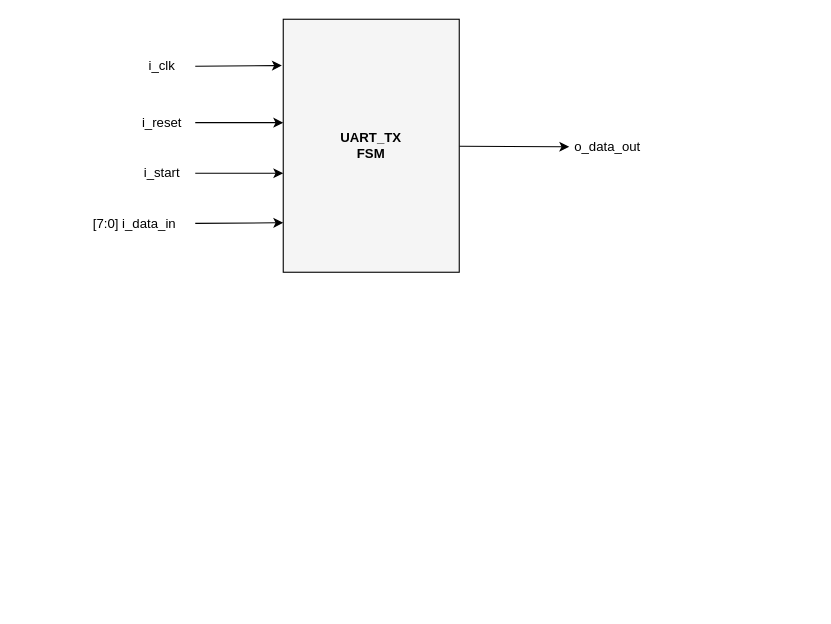
This is UART_TX.drawio from whoni159789/Simple-UART_TX, a draw.io file, before an edit. Source tidied: cells renumbered, new cells numbered last; positions are measured from the earlier drawing's top-left corner, leaving out a move shared by most shapes. Both pictures are drawn from the tidied source at 110%, with x=0, y=0 at pixel (74, 19).
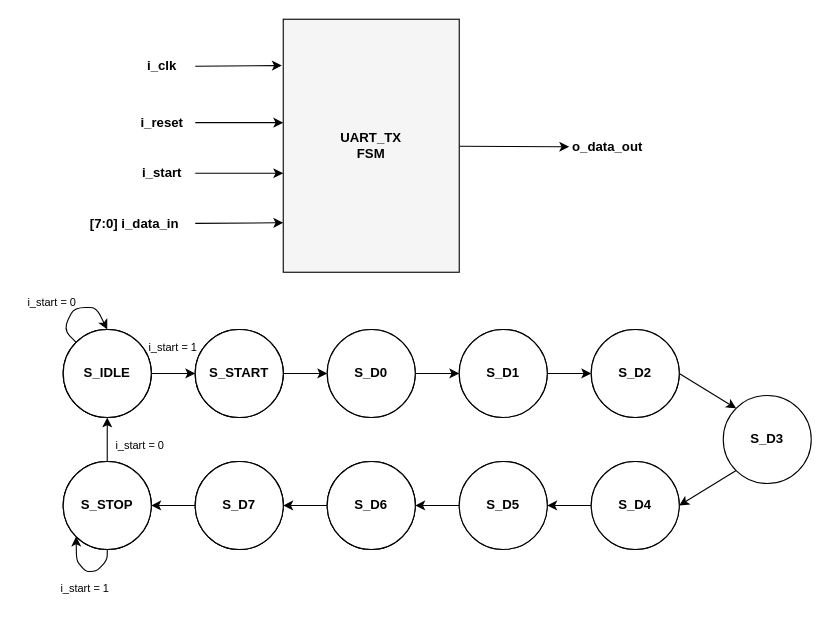
The same page after the edit.

Change to the diagram source:
```diff
@@
-    <mxCell id="2" style="edgeStyle=none;html=1;entryX=0;entryY=0.5;entryDx=0;entryDy=0;fontFamily=Helvetica;fontSize=12;fontColor=#000000;strokeColor=#000000;" parent="1" edge="1" source="3" target="12">
+    <mxCell id="2" style="edgeStyle=none;html=1;entryX=0;entryY=0.5;entryDx=0;entryDy=0;fontFamily=Helvetica;fontSize=12;fontColor=#000000;strokeColor=#000000;fontStyle=1;" parent="1" edge="1" source="3" target="12">
       <mxGeometry relative="1" as="geometry" />
     </mxCell>
-    <mxCell id="3" value="&lt;b&gt;UART_TX&lt;br&gt;FSM&lt;/b&gt;" style="rounded=0;whiteSpace=wrap;html=1;fillColor=#f5f5f5;fontColor=#000000;strokeColor=#000000;" parent="1" vertex="1">
+    <mxCell id="3" value="&lt;span&gt;UART_TX&lt;br&gt;FSM&lt;/span&gt;" style="rounded=0;whiteSpace=wrap;html=1;fillColor=#f5f5f5;fontColor=#000000;strokeColor=#000000;fontStyle=1;" parent="1" vertex="1">
       <mxGeometry x="190" width="160" height="230" as="geometry" />
     </mxCell>
-    <mxCell id="4" style="edgeStyle=none;html=1;entryX=-0.008;entryY=0.183;entryDx=0;entryDy=0;entryPerimeter=0;fontFamily=Helvetica;fontSize=12;fontColor=#000000;strokeColor=#000000;" parent="1" edge="1" source="5" target="3">
+    <mxCell id="4" style="edgeStyle=none;html=1;entryX=-0.008;entryY=0.183;entryDx=0;entryDy=0;entryPerimeter=0;fontFamily=Helvetica;fontSize=12;fontColor=#000000;strokeColor=#000000;fontStyle=1;" parent="1" edge="1" source="5" target="3">
       <mxGeometry relative="1" as="geometry" />
     </mxCell>
-    <mxCell id="5" value="i_clk" style="text;html=1;strokeColor=none;fillColor=none;align=center;verticalAlign=middle;whiteSpace=wrap;rounded=0;fontFamily=Helvetica;fontSize=12;fontColor=#000000;" parent="1" vertex="1">
+    <mxCell id="5" value="i_clk" style="text;html=1;strokeColor=none;fillColor=none;align=center;verticalAlign=middle;whiteSpace=wrap;rounded=0;fontFamily=Helvetica;fontSize=12;fontColor=#000000;fontStyle=1;" parent="1" vertex="1">
       <mxGeometry x="50" y="28" width="60" height="30" as="geometry" />
     </mxCell>
-    <mxCell id="6" style="edgeStyle=none;html=1;fontFamily=Helvetica;fontSize=12;fontColor=#000000;strokeColor=#000000;" parent="1" edge="1" source="7">
+    <mxCell id="6" style="edgeStyle=none;html=1;fontFamily=Helvetica;fontSize=12;fontColor=#000000;strokeColor=#000000;fontStyle=1;" parent="1" edge="1" source="7">
       <mxGeometry relative="1" as="geometry">
         <mxPoint x="190" y="94" as="targetPoint" />
       </mxGeometry>
     </mxCell>
-    <mxCell id="7" value="i_reset" style="text;html=1;strokeColor=none;fillColor=none;align=center;verticalAlign=middle;whiteSpace=wrap;rounded=0;fontFamily=Helvetica;fontSize=12;fontColor=#000000;" parent="1" vertex="1">
+    <mxCell id="7" value="i_reset" style="text;html=1;strokeColor=none;fillColor=none;align=center;verticalAlign=middle;whiteSpace=wrap;rounded=0;fontFamily=Helvetica;fontSize=12;fontColor=#000000;fontStyle=1;" parent="1" vertex="1">
       <mxGeometry x="50" y="79" width="60" height="30" as="geometry" />
     </mxCell>
-    <mxCell id="8" style="edgeStyle=none;html=1;fontFamily=Helvetica;fontSize=12;fontColor=#000000;strokeColor=#000000;" parent="1" edge="1" source="9">
+    <mxCell id="8" style="edgeStyle=none;html=1;fontFamily=Helvetica;fontSize=12;fontColor=#000000;strokeColor=#000000;fontStyle=1;" parent="1" edge="1" source="9">
       <mxGeometry relative="1" as="geometry">
         <mxPoint x="190" y="140" as="targetPoint" />
       </mxGeometry>
     </mxCell>
-    <mxCell id="9" value="i_start" style="text;html=1;strokeColor=none;fillColor=none;align=center;verticalAlign=middle;whiteSpace=wrap;rounded=0;fontFamily=Helvetica;fontSize=12;fontColor=#000000;" parent="1" vertex="1">
+    <mxCell id="9" value="i_start" style="text;html=1;strokeColor=none;fillColor=none;align=center;verticalAlign=middle;whiteSpace=wrap;rounded=0;fontFamily=Helvetica;fontSize=12;fontColor=#000000;fontStyle=1;" parent="1" vertex="1">
       <mxGeometry x="50" y="125" width="60" height="30" as="geometry" />
     </mxCell>
-    <mxCell id="10" style="edgeStyle=none;html=1;fontFamily=Helvetica;fontSize=12;fontColor=#000000;strokeColor=#000000;" parent="1" edge="1" source="11">
+    <mxCell id="10" style="edgeStyle=none;html=1;fontFamily=Helvetica;fontSize=12;fontColor=#000000;strokeColor=#000000;fontStyle=1;" parent="1" edge="1" source="11">
       <mxGeometry relative="1" as="geometry">
         <mxPoint x="190" y="185" as="targetPoint" />
       </mxGeometry>
     </mxCell>
-    <mxCell id="11" value="[7:0] i_data_in" style="text;html=1;strokeColor=none;fillColor=none;align=center;verticalAlign=middle;whiteSpace=wrap;rounded=0;fontFamily=Helvetica;fontSize=12;fontColor=#000000;" parent="1" vertex="1">
+    <mxCell id="11" value="[7:0] i_data_in" style="text;html=1;strokeColor=none;fillColor=none;align=center;verticalAlign=middle;whiteSpace=wrap;rounded=0;fontFamily=Helvetica;fontSize=12;fontColor=#000000;fontStyle=1;" parent="1" vertex="1">
       <mxGeometry y="171" width="110" height="30" as="geometry" />
     </mxCell>
-    <mxCell id="12" value="o_data_out" style="text;html=1;strokeColor=none;fillColor=none;align=center;verticalAlign=middle;whiteSpace=wrap;rounded=0;fontFamily=Helvetica;fontSize=12;fontColor=#000000;" parent="1" vertex="1">
+    <mxCell id="12" value="o_data_out" style="text;html=1;strokeColor=none;fillColor=none;align=center;verticalAlign=middle;whiteSpace=wrap;rounded=0;fontFamily=Helvetica;fontSize=12;fontColor=#000000;fontStyle=1;" parent="1" vertex="1">
       <mxGeometry x="450" y="101" width="70" height="30" as="geometry" />
     </mxCell>
+    <mxCell id="13" style="ellipse;whiteSpace=wrap;html=1;fillColor=#FFFFFF;strokeColor=#000000;fontStyle=1;" parent="1" vertex="1">
+      <mxGeometry x="-10" y="282" width="80" height="80" as="geometry" />
+    </mxCell>
+    <mxCell id="14" style="ellipse;whiteSpace=wrap;html=1;fillColor=#FFFFFF;strokeColor=#000000;fontStyle=1;" parent="1" vertex="1">
+      <mxGeometry x="110" y="282" width="80" height="80" as="geometry" />
+    </mxCell>
+    <mxCell id="15" style="ellipse;whiteSpace=wrap;html=1;fillColor=#FFFFFF;strokeColor=#000000;fontStyle=1;" parent="1" vertex="1">
+      <mxGeometry x="230" y="282" width="80" height="80" as="geometry" />
+    </mxCell>
+    <mxCell id="16" style="ellipse;whiteSpace=wrap;html=1;fillColor=#FFFFFF;strokeColor=#000000;fontStyle=1;" parent="1" vertex="1">
+      <mxGeometry x="350" y="282" width="80" height="80" as="geometry" />
+    </mxCell>
+    <mxCell id="17" style="ellipse;whiteSpace=wrap;html=1;fillColor=#FFFFFF;strokeColor=#000000;fontStyle=1;" parent="1" vertex="1">
+      <mxGeometry x="470" y="282" width="80" height="80" as="geometry" />
+    </mxCell>
+    <mxCell id="18" style="ellipse;whiteSpace=wrap;html=1;fillColor=#FFFFFF;strokeColor=#000000;fontStyle=1;" parent="1" vertex="1">
+      <mxGeometry x="470" y="402" width="80" height="80" as="geometry" />
+    </mxCell>
+    <mxCell id="19" style="ellipse;whiteSpace=wrap;html=1;fillColor=#FFFFFF;strokeColor=#000000;fontStyle=1;" parent="1" vertex="1">
+      <mxGeometry x="350" y="402" width="80" height="80" as="geometry" />
+    </mxCell>
+    <mxCell id="20" style="ellipse;whiteSpace=wrap;html=1;fillColor=#FFFFFF;strokeColor=#000000;fontStyle=1;" parent="1" vertex="1">
+      <mxGeometry x="230" y="402" width="80" height="80" as="geometry" />
+    </mxCell>
+    <mxCell id="21" style="ellipse;whiteSpace=wrap;html=1;fillColor=#FFFFFF;strokeColor=#000000;fontStyle=1;" parent="1" vertex="1">
+      <mxGeometry x="110" y="402" width="80" height="80" as="geometry" />
+    </mxCell>
+    <mxCell id="22" style="ellipse;whiteSpace=wrap;html=1;fillColor=#FFFFFF;strokeColor=#000000;fontStyle=1;" parent="1" vertex="1">
+      <mxGeometry x="-10" y="402" width="80" height="80" as="geometry" />
+    </mxCell>
+    <mxCell id="23" style="edgeStyle=none;html=1;exitX=0;exitY=1;exitDx=0;exitDy=0;entryX=1;entryY=0.5;entryDx=0;entryDy=0;fontColor=#000000;strokeColor=#000000;" parent="1" edge="1" source="24" target="49">
+      <mxGeometry relative="1" as="geometry" />
+    </mxCell>
+    <mxCell id="24" value="S_D3" style="ellipse;whiteSpace=wrap;html=1;fillColor=#FFFFFF;strokeColor=#000000;fontColor=#000000;fontStyle=1;" parent="1" vertex="1">
+      <mxGeometry x="590" y="342" width="80" height="80" as="geometry" />
+    </mxCell>
+    <mxCell id="25" style="ellipse;whiteSpace=wrap;html=1;fillColor=#FFFFFF;strokeColor=#000000;fontStyle=1;" parent="1" vertex="1">
+      <mxGeometry x="-10" y="282" width="80" height="80" as="geometry" />
+    </mxCell>
+    <mxCell id="26" style="ellipse;whiteSpace=wrap;html=1;fillColor=#FFFFFF;strokeColor=#000000;fontStyle=1;" parent="1" vertex="1">
+      <mxGeometry x="110" y="282" width="80" height="80" as="geometry" />
+    </mxCell>
+    <mxCell id="27" style="ellipse;whiteSpace=wrap;html=1;fillColor=#FFFFFF;strokeColor=#000000;fontStyle=1;" parent="1" vertex="1">
+      <mxGeometry x="110" y="402" width="80" height="80" as="geometry" />
+    </mxCell>
+    <mxCell id="28" style="ellipse;whiteSpace=wrap;html=1;fillColor=#FFFFFF;strokeColor=#000000;fontStyle=1;" parent="1" vertex="1">
+      <mxGeometry x="-10" y="402" width="80" height="80" as="geometry" />
+    </mxCell>
+    <mxCell id="29" style="ellipse;whiteSpace=wrap;html=1;fillColor=#FFFFFF;strokeColor=#000000;fontStyle=1;" parent="1" vertex="1">
+      <mxGeometry x="230" y="402" width="80" height="80" as="geometry" />
+    </mxCell>
+    <mxCell id="30" style="edgeStyle=none;html=1;entryX=0;entryY=0.5;entryDx=0;entryDy=0;fontColor=#000000;strokeColor=#000000;" parent="1" edge="1" source="31" target="33">
+      <mxGeometry relative="1" as="geometry" />
+    </mxCell>
+    <mxCell id="31" value="S_IDLE" style="ellipse;whiteSpace=wrap;html=1;fillColor=#FFFFFF;strokeColor=#000000;fontColor=#000000;fontStyle=1;" parent="1" vertex="1">
+      <mxGeometry x="-10" y="282" width="80" height="80" as="geometry" />
+    </mxCell>
+    <mxCell id="32" style="edgeStyle=none;html=1;entryX=0;entryY=0.5;entryDx=0;entryDy=0;fontColor=#000000;strokeColor=#000000;" parent="1" edge="1" source="33" target="43">
+      <mxGeometry relative="1" as="geometry" />
+    </mxCell>
+    <mxCell id="33" value="S_START" style="ellipse;whiteSpace=wrap;html=1;fillColor=#FFFFFF;strokeColor=#000000;fontColor=#000000;fontStyle=1;" parent="1" vertex="1">
+      <mxGeometry x="110" y="282" width="80" height="80" as="geometry" />
+    </mxCell>
+    <mxCell id="34" style="edgeStyle=none;html=1;entryX=1;entryY=0.5;entryDx=0;entryDy=0;fontColor=#000000;strokeColor=#000000;" parent="1" edge="1" source="35" target="37">
+      <mxGeometry relative="1" as="geometry" />
+    </mxCell>
+    <mxCell id="35" value="S_D7" style="ellipse;whiteSpace=wrap;html=1;fillColor=#FFFFFF;strokeColor=#000000;fontColor=#000000;fontStyle=1;" parent="1" vertex="1">
+      <mxGeometry x="110" y="402" width="80" height="80" as="geometry" />
+    </mxCell>
+    <mxCell id="36" style="edgeStyle=none;html=1;exitX=0.5;exitY=0;exitDx=0;exitDy=0;entryX=0.5;entryY=1;entryDx=0;entryDy=0;fontColor=#000000;strokeColor=#000000;" parent="1" edge="1" source="37" target="31">
+      <mxGeometry relative="1" as="geometry" />
+    </mxCell>
+    <mxCell id="37" value="S_STOP" style="ellipse;whiteSpace=wrap;html=1;fillColor=#FFFFFF;strokeColor=#000000;fontColor=#000000;fontStyle=1;" parent="1" vertex="1">
+      <mxGeometry x="-10" y="402" width="80" height="80" as="geometry" />
+    </mxCell>
+    <mxCell id="38" style="edgeStyle=none;html=1;entryX=1;entryY=0.5;entryDx=0;entryDy=0;fontColor=#000000;strokeColor=#000000;" parent="1" edge="1" source="39" target="35">
+      <mxGeometry relative="1" as="geometry" />
+    </mxCell>
+    <mxCell id="39" value="S_D6" style="ellipse;whiteSpace=wrap;html=1;fillColor=#FFFFFF;strokeColor=#000000;fontColor=#000000;fontStyle=1;" parent="1" vertex="1">
+      <mxGeometry x="230" y="402" width="80" height="80" as="geometry" />
+    </mxCell>
+    <mxCell id="40" style="edgeStyle=none;html=1;exitX=1;exitY=0.5;exitDx=0;exitDy=0;entryX=0;entryY=0.5;entryDx=0;entryDy=0;fontColor=#000000;strokeColor=#000000;" parent="1" edge="1" source="41" target="47">
+      <mxGeometry relative="1" as="geometry" />
+    </mxCell>
+    <mxCell id="41" value="S_D1" style="ellipse;whiteSpace=wrap;html=1;fillColor=#FFFFFF;strokeColor=#000000;fontColor=#000000;fontStyle=1;" parent="1" vertex="1">
+      <mxGeometry x="350" y="282" width="80" height="80" as="geometry" />
+    </mxCell>
+    <mxCell id="42" style="edgeStyle=none;html=1;entryX=0;entryY=0.5;entryDx=0;entryDy=0;fontColor=#000000;strokeColor=#000000;" parent="1" edge="1" source="43" target="41">
+      <mxGeometry relative="1" as="geometry" />
+    </mxCell>
+    <mxCell id="43" value="S_D0" style="ellipse;whiteSpace=wrap;html=1;fillColor=#FFFFFF;strokeColor=#000000;fontColor=#000000;fontStyle=1;" parent="1" vertex="1">
+      <mxGeometry x="230" y="282" width="80" height="80" as="geometry" />
+    </mxCell>
+    <mxCell id="44" style="edgeStyle=none;html=1;entryX=1;entryY=0.5;entryDx=0;entryDy=0;fontColor=#000000;strokeColor=#000000;" parent="1" edge="1" source="45" target="39">
+      <mxGeometry relative="1" as="geometry" />
+    </mxCell>
+    <mxCell id="45" value="S_D5" style="ellipse;whiteSpace=wrap;html=1;fillColor=#FFFFFF;strokeColor=#000000;fontColor=#000000;fontStyle=1;" parent="1" vertex="1">
+      <mxGeometry x="350" y="402" width="80" height="80" as="geometry" />
+    </mxCell>
+    <mxCell id="46" style="edgeStyle=none;html=1;exitX=1;exitY=0.5;exitDx=0;exitDy=0;entryX=0;entryY=0;entryDx=0;entryDy=0;fontColor=#000000;strokeColor=#000000;" parent="1" edge="1" source="47" target="24">
+      <mxGeometry relative="1" as="geometry" />
+    </mxCell>
+    <mxCell id="47" value="S_D2" style="ellipse;whiteSpace=wrap;html=1;fillColor=#FFFFFF;strokeColor=#000000;fontColor=#000000;fontStyle=1;" parent="1" vertex="1">
+      <mxGeometry x="470" y="282" width="80" height="80" as="geometry" />
+    </mxCell>
+    <mxCell id="48" style="edgeStyle=none;html=1;exitX=0;exitY=0.5;exitDx=0;exitDy=0;entryX=1;entryY=0.5;entryDx=0;entryDy=0;fontColor=#000000;strokeColor=#000000;" parent="1" edge="1" source="49" target="45">
+      <mxGeometry relative="1" as="geometry" />
+    </mxCell>
+    <mxCell id="49" value="S_D4" style="ellipse;whiteSpace=wrap;html=1;fillColor=#FFFFFF;strokeColor=#000000;fontColor=#000000;fontStyle=1;" parent="1" vertex="1">
+      <mxGeometry x="470" y="402" width="80" height="80" as="geometry" />
+    </mxCell>
+    <mxCell id="50" value="i_start = 1" style="text;html=1;strokeColor=none;fillColor=none;align=center;verticalAlign=middle;whiteSpace=wrap;rounded=0;fontColor=#000000;fontSize=10;" parent="1" vertex="1">
+      <mxGeometry x="60" y="283" width="60" height="30" as="geometry" />
+    </mxCell>
+    <mxCell id="51" style="endArrow=classic;html=1;fontSize=10;fontColor=#000000;strokeColor=#000000;exitX=0;exitY=0;exitDx=0;exitDy=0;entryX=0.5;entryY=0;entryDx=0;entryDy=0;" parent="1" edge="1" source="31" target="31">
+      <mxGeometry relative="1" as="geometry">
+        <Array as="points">
+          <mxPoint x="-10" y="282" />
+          <mxPoint y="262" />
+          <mxPoint x="20" y="262" />
+        </Array>
+      </mxGeometry>
+    </mxCell>
+    <mxCell id="52" value="i_start = 0" style="text;html=1;strokeColor=none;fillColor=none;align=center;verticalAlign=middle;whiteSpace=wrap;rounded=0;fontColor=#000000;fontSize=10;" parent="1" vertex="1">
+      <mxGeometry x="-50" y="242" width="60" height="30" as="geometry" />
+    </mxCell>
+    <mxCell id="53" style="edgeStyle=none;html=1;exitX=0.5;exitY=1;exitDx=0;exitDy=0;entryX=0;entryY=1;entryDx=0;entryDy=0;fontSize=10;fontColor=#000000;strokeColor=#000000;" parent="1" edge="1" source="37" target="37">
+      <mxGeometry relative="1" as="geometry">
+        <Array as="points">
+          <mxPoint x="30" y="492" />
+          <mxPoint x="20" y="502" />
+          <mxPoint x="20" y="502" />
+          <mxPoint x="20" y="502" />
+          <mxPoint x="20" y="502" />
+          <mxPoint x="20" y="502" />
+          <mxPoint x="10" y="502" />
+          <mxPoint x="2" y="492" />
+        </Array>
+      </mxGeometry>
+    </mxCell>
+    <mxCell id="54" value="i_start = 1" style="text;html=1;strokeColor=none;fillColor=none;align=center;verticalAlign=middle;whiteSpace=wrap;rounded=0;fontColor=#000000;fontSize=10;" parent="1" vertex="1">
+      <mxGeometry x="-20" y="502" width="60" height="30" as="geometry" />
+    </mxCell>
+    <mxCell id="55" value="i_start = 0" style="text;html=1;strokeColor=none;fillColor=none;align=center;verticalAlign=middle;whiteSpace=wrap;rounded=0;fontColor=#000000;fontSize=10;" parent="1" vertex="1">
+      <mxGeometry x="30" y="372" width="60" height="30" as="geometry" />
+    </mxCell>
```
